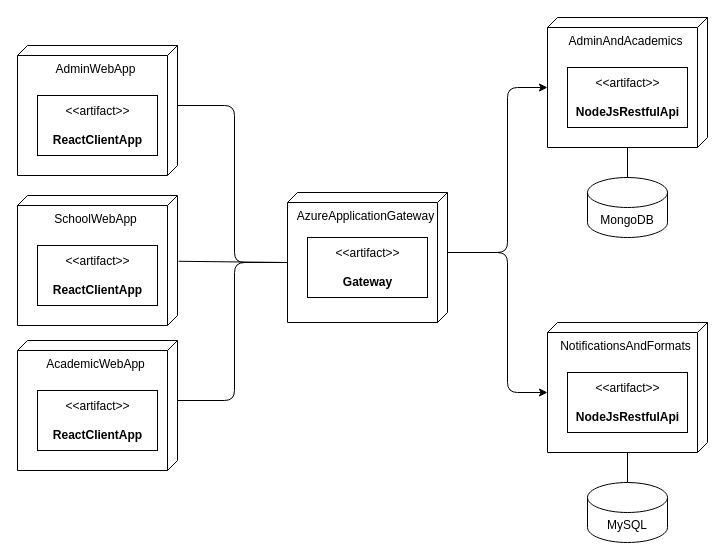
Earlier version of the draw.io diagram design/deployment-diagram.drawio (sebastianbellodev/mern-school-system). Source tidied: cells renumbered, new cells numbered last; positions are measured from the earlier drawing's top-left corner, leaving out a move shared by most shapes. Both pictures are drawn from the tidied source at 100%, with x=0, y=0 at pixel (17, 17).
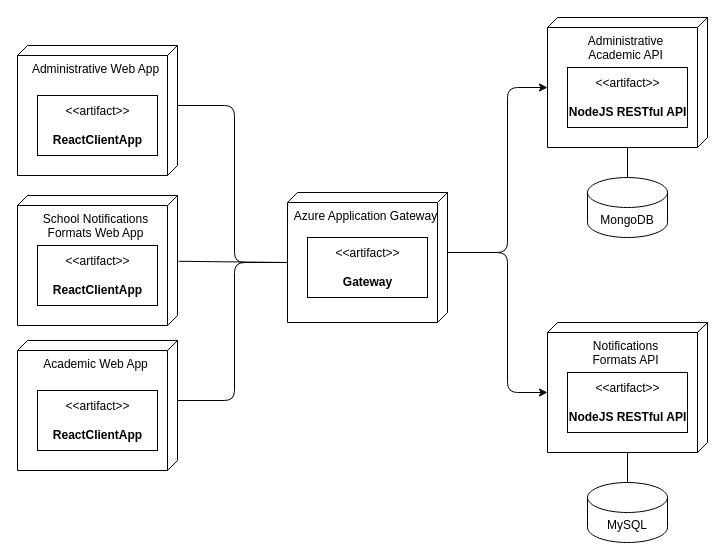
The same page after the edit.

Commit message:
feat: modify deployment diagram

The change refers to these unchanged cells:
```xml
<mxCell id="3" style="group;" parent="2" vertex="1">
  <mxGeometry width="160" height="130" as="geometry" />
</mxCell>
<mxCell id="8" style="group;" parent="1" vertex="1">
  <mxGeometry y="323" width="160" height="130" as="geometry" />
</mxCell>
<mxCell id="11" style="group;" parent="1" vertex="1">
  <mxGeometry x="270" y="175" width="160" height="130" as="geometry" />
</mxCell>
<mxCell id="14" style="group;" parent="1" vertex="1">
  <mxGeometry y="28" width="160" height="130" as="geometry" />
</mxCell>
<mxCell id="17" style="group;" parent="1" vertex="1">
  <mxGeometry y="178" width="160" height="130" as="geometry" />
</mxCell>
<mxCell id="24" style="group;" parent="23" vertex="1">
  <mxGeometry width="160" height="130" as="geometry" />
</mxCell>
```

Diff of the diagram source:
```diff
@@
-    <mxCell id="4" value="AdminAndAcademics" style="verticalAlign=top;align=center;shape=cube;size=10;direction=south;fontStyle=0;html=1;boundedLbl=1;spacingLeft=5;" parent="3" vertex="1">
+    <mxCell id="4" value="Administrative &lt;br&gt;Academic API" style="verticalAlign=top;align=center;shape=cube;size=10;direction=south;fontStyle=0;html=1;boundedLbl=1;spacingLeft=5;" parent="3" vertex="1">
       <mxGeometry width="160" height="130" as="geometry" />
     </mxCell>
-    <mxCell id="5" value="&amp;lt;&amp;lt;artifact&amp;gt;&amp;gt;&lt;br&gt;&lt;br&gt;&lt;b&gt;NodeJsRestfulApi&lt;/b&gt;" style="html=1;align=center;verticalAlign=middle;dashed=0;fontSize=12;" parent="3" vertex="1">
+    <mxCell id="5" value="&amp;lt;&amp;lt;artifact&amp;gt;&amp;gt;&lt;br&gt;&lt;br&gt;&lt;b&gt;NodeJS RESTful API&lt;/b&gt;" style="html=1;align=center;verticalAlign=middle;dashed=0;fontSize=12;" parent="3" vertex="1">
       <mxGeometry x="20" y="50" width="120" height="60" as="geometry" />
     </mxCell>
@@
-    <mxCell id="9" value="AcademicWebApp" style="verticalAlign=top;align=center;shape=cube;size=10;direction=south;fontStyle=0;html=1;boundedLbl=1;spacingLeft=5;" parent="8" vertex="1">
+    <mxCell id="9" value="Academic Web App" style="verticalAlign=top;align=center;shape=cube;size=10;direction=south;fontStyle=0;html=1;boundedLbl=1;spacingLeft=5;" parent="8" vertex="1">
       <mxGeometry width="160" height="130" as="geometry" />
     </mxCell>
@@
-    <mxCell id="12" value="AzureApplicationGateway" style="verticalAlign=top;align=center;shape=cube;size=10;direction=south;fontStyle=0;html=1;boundedLbl=1;spacingLeft=5;" parent="11" vertex="1">
+    <mxCell id="12" value="Azure Application Gateway" style="verticalAlign=top;align=center;shape=cube;size=10;direction=south;fontStyle=0;html=1;boundedLbl=1;spacingLeft=5;" parent="11" vertex="1">
       <mxGeometry width="160" height="130" as="geometry" />
     </mxCell>
@@
-    <mxCell id="15" value="AdminWebApp" style="verticalAlign=top;align=center;shape=cube;size=10;direction=south;fontStyle=0;html=1;boundedLbl=1;spacingLeft=5;" parent="14" vertex="1">
+    <mxCell id="15" value="Administrative Web App" style="verticalAlign=top;align=center;shape=cube;size=10;direction=south;fontStyle=0;html=1;boundedLbl=1;spacingLeft=5;" parent="14" vertex="1">
       <mxGeometry width="160" height="130" as="geometry" />
     </mxCell>
@@
-    <mxCell id="18" value="SchoolWebApp" style="verticalAlign=top;align=center;shape=cube;size=10;direction=south;fontStyle=0;html=1;boundedLbl=1;spacingLeft=5;" parent="17" vertex="1">
+    <mxCell id="18" value="School Notifications&lt;br&gt;Formats Web App" style="verticalAlign=top;align=center;shape=cube;size=10;direction=south;fontStyle=0;html=1;boundedLbl=1;spacingLeft=5;" parent="17" vertex="1">
       <mxGeometry width="160" height="130" as="geometry" />
     </mxCell>
@@
-    <mxCell id="25" value="NotificationsAndFormats" style="verticalAlign=top;align=center;shape=cube;size=10;direction=south;fontStyle=0;html=1;boundedLbl=1;spacingLeft=5;" parent="24" vertex="1">
+    <mxCell id="25" value="Notifications&lt;br&gt;Formats API" style="verticalAlign=top;align=center;shape=cube;size=10;direction=south;fontStyle=0;html=1;boundedLbl=1;spacingLeft=5;" parent="24" vertex="1">
       <mxGeometry width="160" height="130" as="geometry" />
     </mxCell>
-    <mxCell id="26" value="&amp;lt;&amp;lt;artifact&amp;gt;&amp;gt;&lt;br&gt;&lt;br&gt;&lt;b&gt;NodeJsRestfulApi&lt;/b&gt;" style="html=1;align=center;verticalAlign=middle;dashed=0;fontSize=12;" parent="24" vertex="1">
+    <mxCell id="26" value="&amp;lt;&amp;lt;artifact&amp;gt;&amp;gt;&lt;br&gt;&lt;br&gt;&lt;b&gt;NodeJS RESTful API&lt;/b&gt;" style="html=1;align=center;verticalAlign=middle;dashed=0;fontSize=12;" parent="24" vertex="1">
       <mxGeometry x="20" y="50" width="120" height="60" as="geometry" />
     </mxCell>
```
